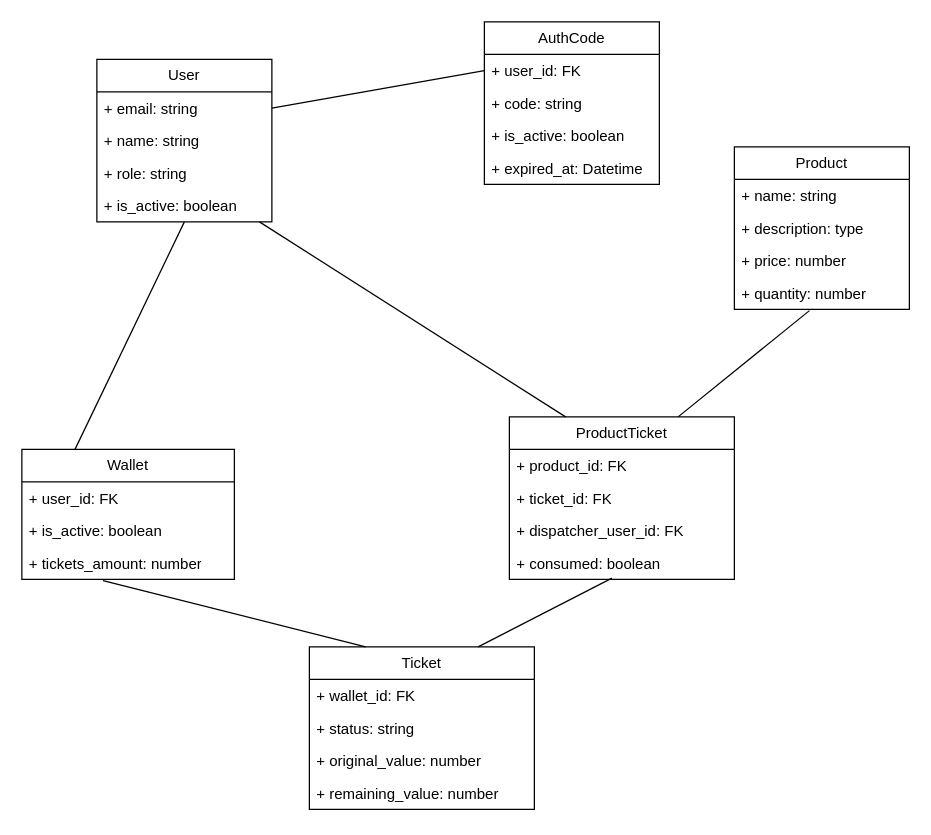
Above: docs/UJAD.drawio in gelira/ujad (draw.io), before the change. Source tidied: cells renumbered, new cells numbered last; positions are measured from the earlier drawing's top-left corner, leaving out a move shared by most shapes. Both pictures are drawn from the tidied source at 125%, with x=0, y=0 at pixel (21, 21).
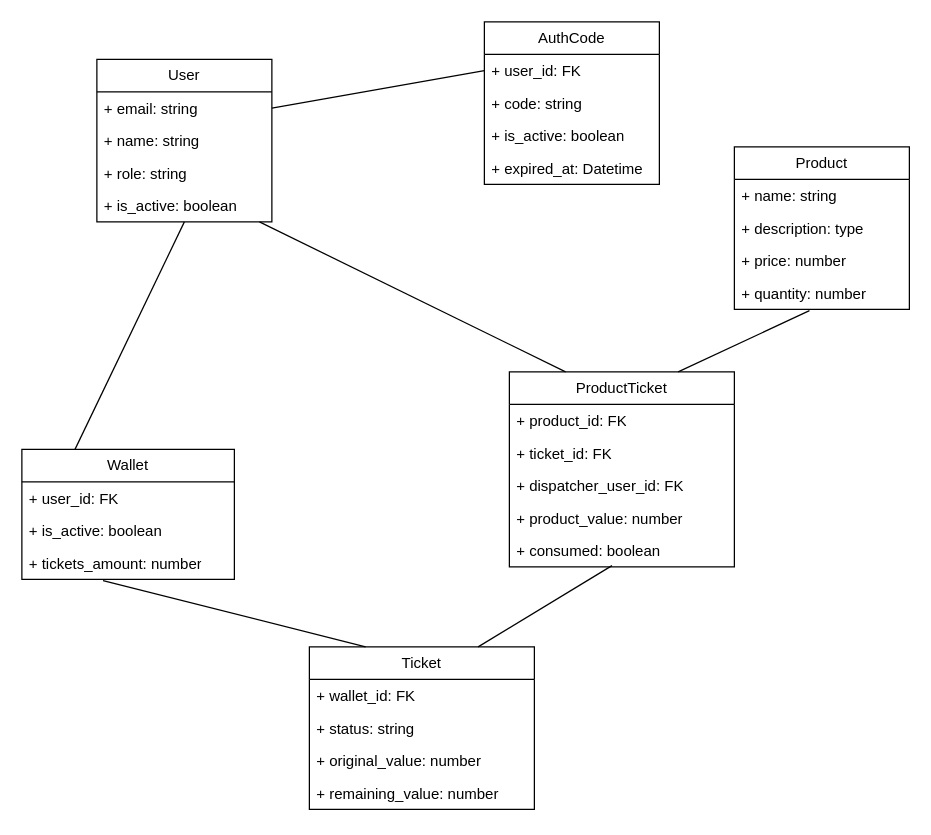
The same diagram, later.

Commit message:
docs: update data model

Change to the diagram source:
```diff
@@
     <mxCell id="30" value="ProductTicket" style="swimlane;fontStyle=0;horizontal=1;startSize=26;fillColor=none;whiteSpace=wrap;html=1;" parent="1" vertex="1">
-      <mxGeometry x="390" y="316" width="180" height="130" as="geometry" />
+      <mxGeometry x="390" y="280" width="180" height="156" as="geometry" />
     </mxCell>
@@
+    <mxCell id="37" value="+ product_value: number" style="text;strokeColor=none;fillColor=none;align=left;verticalAlign=top;spacingLeft=4;spacingRight=4;overflow=hidden;whiteSpace=wrap;html=1;" parent="30" vertex="1">
+      <mxGeometry y="104" width="180" height="26" as="geometry" />
+    </mxCell>
     <mxCell id="34" value="+ consumed: boolean" style="text;strokeColor=none;fillColor=none;align=left;verticalAlign=top;spacingLeft=4;spacingRight=4;overflow=hidden;points=[[0,0.5],[1,0.5]];portConstraint=eastwest;whiteSpace=wrap;html=1;" parent="30" vertex="1">
-      <mxGeometry y="104" width="180" height="26" as="geometry" />
+      <mxGeometry y="130" width="180" height="26" as="geometry" />
     </mxCell>
```
